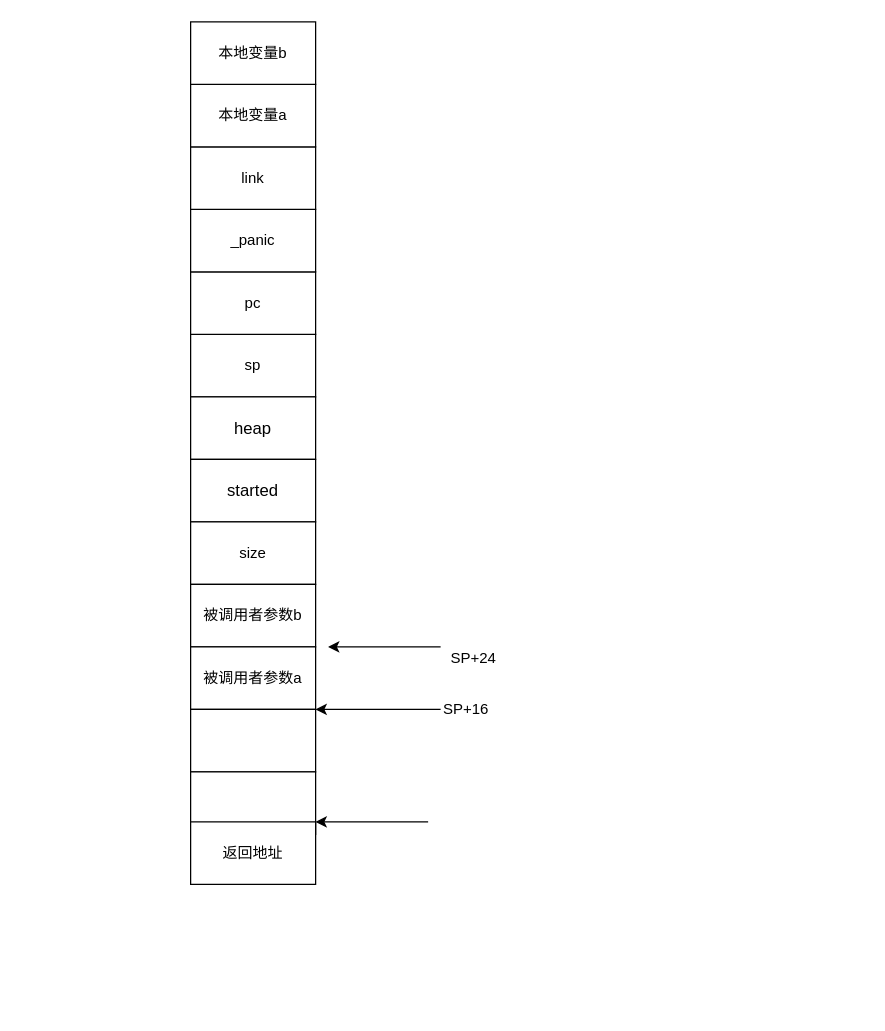
Above: page "defer栈上分布" (1 of 2) of dev-tool/go/source/image/defer2.drawio in 6z7/my-notebook (draw.io), before the change. Source tidied: cells renumbered, new cells numbered last; positions are measured from the earlier drawing's top-left corner, leaving out a move shared by most shapes. Both pictures are drawn from the tidied source at 125%, with x=0, y=0 at pixel (190, 21).
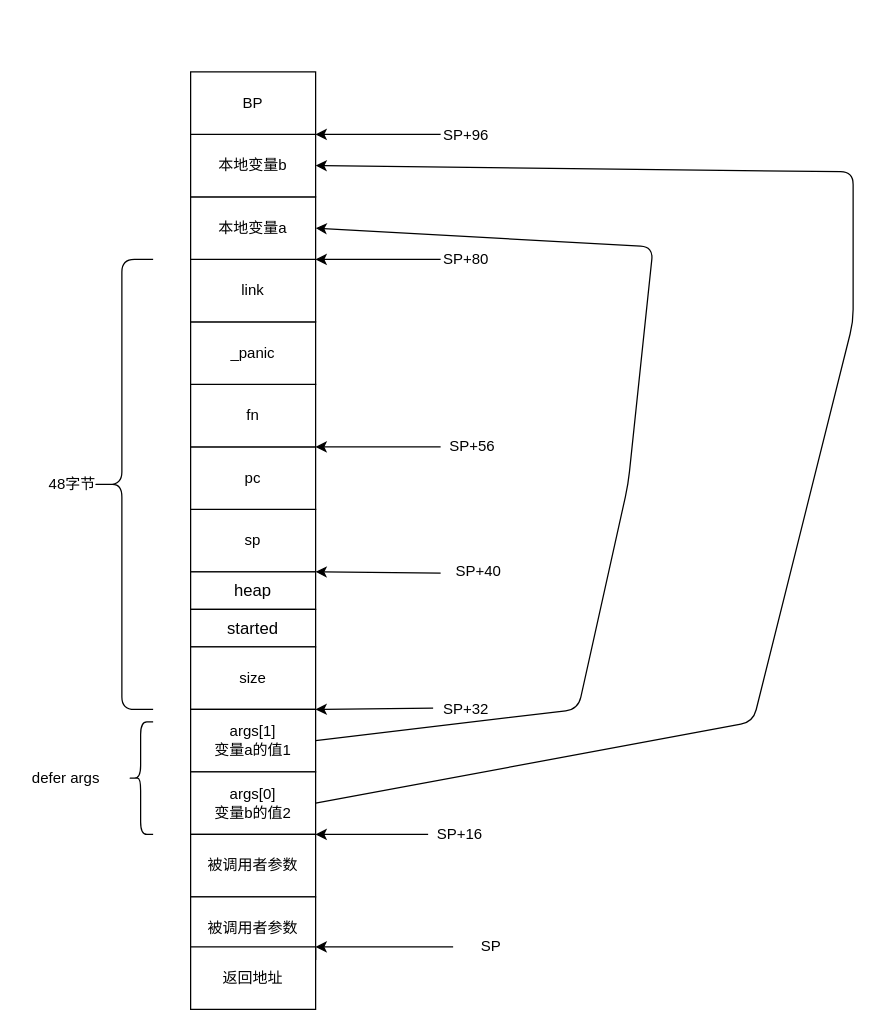
The same page after the edit.

What changed in the source:
```diff
@@
-    <mxCell id="2" style="edgeStyle=orthogonalEdgeStyle;rounded=0;jettySize=auto;html=1;" parent="1" edge="1" source="4" target="15">
-      <mxGeometry relative="1" as="geometry" />
-    </mxCell>
@@
     <mxCell id="4" value="sp" style="rounded=0;whiteSpace=wrap;html=1;" parent="1" vertex="1">
-      <mxGeometry y="250" width="100" height="50" as="geometry" />
+      <mxGeometry y="390" width="100" height="50" as="geometry" />
     </mxCell>
-    <mxCell id="5" style="edgeStyle=orthogonalEdgeStyle;rounded=0;jettySize=auto;html=1;" parent="1" edge="1" source="6" target="8">
-      <mxGeometry relative="1" as="geometry" />
-    </mxCell>
+    <mxCell id="34" style="edgeStyle=orthogonalEdgeStyle;rounded=0;jettySize=auto;html=1;" parent="1" edge="1" source="6" target="35">
+      <mxGeometry relative="1" as="geometry" />
+    </mxCell>
     <mxCell id="6" value="pc" style="rounded=0;whiteSpace=wrap;html=1;" parent="1" vertex="1">
-      <mxGeometry y="200" width="100" height="50" as="geometry" />
+      <mxGeometry y="340" width="100" height="50" as="geometry" />
     </mxCell>
+    <mxCell id="35" value="fn" style="rounded=0;whiteSpace=wrap;html=1;" parent="1" vertex="1">
+      <mxGeometry y="290" width="100" height="50" as="geometry" />
+    </mxCell>
@@
     <mxCell id="8" value="_panic" style="rounded=0;whiteSpace=wrap;html=1;" parent="1" vertex="1">
-      <mxGeometry y="150" width="100" height="50" as="geometry" />
+      <mxGeometry y="240" width="100" height="50" as="geometry" />
     </mxCell>
@@
     <mxCell id="10" value="link" style="rounded=0;whiteSpace=wrap;html=1;" parent="1" vertex="1">
-      <mxGeometry y="100" width="100" height="50" as="geometry" />
+      <mxGeometry y="190" width="100" height="50" as="geometry" />
     </mxCell>
-    <mxCell id="11" style="edgeStyle=orthogonalEdgeStyle;rounded=0;jettySize=auto;html=1;" parent="1" edge="1" source="12" target="13">
-      <mxGeometry relative="1" as="geometry" />
-    </mxCell>
     <mxCell id="12" value="本地变量a" style="rounded=0;whiteSpace=wrap;html=1;" parent="1" vertex="1">
-      <mxGeometry y="50" width="100" height="50" as="geometry" />
+      <mxGeometry y="140" width="100" height="50" as="geometry" />
     </mxCell>
+    <mxCell id="36" style="edgeStyle=orthogonalEdgeStyle;rounded=0;jettySize=auto;html=1;" parent="1" edge="1" source="13" target="37">
+      <mxGeometry relative="1" as="geometry" />
+    </mxCell>
     <mxCell id="13" value="本地变量b" style="rounded=0;whiteSpace=wrap;html=1;" parent="1" vertex="1">
-      <mxGeometry width="100" height="50" as="geometry" />
+      <mxGeometry y="90" width="100" height="50" as="geometry" />
     </mxCell>
+    <mxCell id="37" value="BP" style="rounded=0;whiteSpace=wrap;html=1;" parent="1" vertex="1">
+      <mxGeometry y="40" width="100" height="50" as="geometry" />
+    </mxCell>
@@
     <mxCell id="15" value="&lt;pre style=&quot;background-color: rgb(255 , 255 , 255) ; font-family: &amp;#34;jetbrains mono&amp;#34; ; font-size: 10pt&quot;&gt;heap&lt;/pre&gt;" style="rounded=0;whiteSpace=wrap;html=1;" parent="1" vertex="1">
-      <mxGeometry y="300" width="100" height="50" as="geometry" />
+      <mxGeometry y="440" width="100" height="30" as="geometry" />
     </mxCell>
@@
     <mxCell id="17" value="&lt;pre style=&quot;background-color: rgb(255 , 255 , 255) ; font-family: &amp;#34;jetbrains mono&amp;#34; ; font-size: 10pt&quot;&gt;started&lt;/pre&gt;" style="rounded=0;whiteSpace=wrap;html=1;" parent="1" vertex="1">
-      <mxGeometry y="350" width="100" height="50" as="geometry" />
+      <mxGeometry y="470" width="100" height="30" as="geometry" />
     </mxCell>
-    <mxCell id="18" style="edgeStyle=orthogonalEdgeStyle;rounded=0;jettySize=auto;html=1;" parent="1" edge="1" source="19" target="21">
-      <mxGeometry relative="1" as="geometry" />
-    </mxCell>
+    <mxCell id="38" style="edgeStyle=orthogonalEdgeStyle;rounded=0;jettySize=auto;html=1;" parent="1" edge="1" source="19" target="40">
+      <mxGeometry relative="1" as="geometry" />
+    </mxCell>
     <mxCell id="19" value="size" style="rounded=0;whiteSpace=wrap;html=1;" parent="1" vertex="1">
-      <mxGeometry y="400" width="100" height="50" as="geometry" />
+      <mxGeometry y="500" width="100" height="50" as="geometry" />
     </mxCell>
+    <mxCell id="39" style="edgeStyle=orthogonalEdgeStyle;rounded=0;jettySize=auto;html=1;" parent="1" edge="1" source="40" target="41">
+      <mxGeometry relative="1" as="geometry" />
+    </mxCell>
+    <mxCell id="40" value="args[1]&lt;br&gt;变量a的值1" style="rounded=0;whiteSpace=wrap;html=1;" parent="1" vertex="1">
+      <mxGeometry y="550" width="100" height="50" as="geometry" />
+    </mxCell>
+    <mxCell id="41" value="args[0]&lt;br&gt;变量b的值2" style="rounded=0;whiteSpace=wrap;html=1;" parent="1" vertex="1">
+      <mxGeometry y="600" width="100" height="50" as="geometry" />
+    </mxCell>
-    <mxCell id="20" style="edgeStyle=orthogonalEdgeStyle;rounded=0;jettySize=auto;html=1;" parent="1" edge="1" source="21" target="23">
-      <mxGeometry relative="1" as="geometry" />
+    <mxCell id="20" style="edgeStyle=orthogonalEdgeStyle;rounded=0;orthogonalLoop=1;jettySize=auto;html=1;" parent="1" edge="1">
+      <mxGeometry relative="1" as="geometry">
+        <mxPoint x="50" y="500" as="sourcePoint" />
+        <mxPoint x="50" y="500" as="targetPoint" />
+      </mxGeometry>
     </mxCell>
-    <mxCell id="21" value="被调用者参数b" style="rounded=0;whiteSpace=wrap;html=1;" parent="1" vertex="1">
-      <mxGeometry y="450" width="100" height="50" as="geometry" />
-    </mxCell>
-    <mxCell id="22" style="edgeStyle=orthogonalEdgeStyle;rounded=0;jettySize=auto;html=1;" parent="1" edge="1" source="23" target="25">
-      <mxGeometry relative="1" as="geometry" />
-    </mxCell>
-    <mxCell id="23" value="被调用者参数a" style="rounded=0;whiteSpace=wrap;html=1;" parent="1" vertex="1">
-      <mxGeometry y="500" width="100" height="50" as="geometry" />
-    </mxCell>
@@
-    <mxCell id="25" style="rounded=0;whiteSpace=wrap;html=1;" parent="1" vertex="1">
-      <mxGeometry y="550" width="100" height="50" as="geometry" />
+    <mxCell id="25" value="被调用者参数" style="rounded=0;whiteSpace=wrap;html=1;" parent="1" vertex="1">
+      <mxGeometry y="650" width="100" height="50" as="geometry" />
     </mxCell>
@@
-    <mxCell id="27" style="rounded=0;whiteSpace=wrap;html=1;" parent="1" vertex="1">
-      <mxGeometry y="600" width="100" height="50" as="geometry" />
+    <mxCell id="27" value="被调用者参数" style="rounded=0;whiteSpace=wrap;html=1;" parent="1" vertex="1">
+      <mxGeometry y="700" width="100" height="50" as="geometry" />
     </mxCell>
     <mxCell id="28" value="&lt;span&gt;返回地址&lt;/span&gt;" style="rounded=0;whiteSpace=wrap;html=1;" parent="1" vertex="1">
-      <mxGeometry y="640" width="100" height="50" as="geometry" />
+      <mxGeometry y="740" width="100" height="50" as="geometry" />
     </mxCell>
     <mxCell id="29" style="endArrow=classic;html=1;entryX=1;entryY=0;entryDx=0;entryDy=0;" parent="1" edge="1" target="28">
       <mxGeometry relative="1" as="geometry">
-        <mxPoint x="190" y="640" as="sourcePoint" />
+        <mxPoint x="210" y="740" as="sourcePoint" />
       </mxGeometry>
     </mxCell>
-    <mxCell id="30" style="endArrow=classic;html=1;entryX=1;entryY=0;entryDx=0;entryDy=0;" parent="1" edge="1" target="25">
-      <mxGeometry relative="1" as="geometry">
-        <mxPoint x="200" y="550" as="sourcePoint" />
-      </mxGeometry>
+    <mxCell id="30" style="endArrow=classic;html=1;entryX=1;entryY=0;entryDx=0;entryDy=0;exitX=-0.02;exitY=0.45;exitDx=0;exitDy=0;exitPerimeter=0;" parent="1" edge="1" source="31" target="40">
+      <mxGeometry relative="1" as="geometry" />
     </mxCell>
-    <mxCell id="31" value="SP+16" style="text;html=1;align=center;verticalAlign=middle;points=[];" parent="1" vertex="1">
+    <mxCell id="31" value="SP+32" style="text;html=1;align=center;verticalAlign=middle;points=[];" parent="1" vertex="1">
       <mxGeometry x="195" y="540" width="50" height="20" as="geometry" />
     </mxCell>
-    <mxCell id="32" style="endArrow=classic;html=1;" parent="1" edge="1">
+    <mxCell id="32" style="endArrow=classic;html=1;entryX=1;entryY=0;entryDx=0;entryDy=0;" parent="1" edge="1" target="15">
       <mxGeometry relative="1" as="geometry">
-        <mxPoint x="200" y="500" as="sourcePoint" />
-        <mxPoint x="110" y="500" as="targetPoint" />
+        <mxPoint x="200" y="441" as="sourcePoint" />
       </mxGeometry>
     </mxCell>
-    <mxCell id="33" value="SP+24" style="text;html=1;align=center;verticalAlign=middle;" parent="1" vertex="1">
-      <mxGeometry x="201" y="499" width="50" height="20" as="geometry" />
+    <mxCell id="33" value="SP+40" style="text;html=1;align=center;verticalAlign=middle;" parent="1" vertex="1">
+      <mxGeometry x="205" y="430" width="50" height="20" as="geometry" />
     </mxCell>
+    <mxCell id="42" value="SP" style="text;html=1;align=center;verticalAlign=middle;" parent="1" vertex="1">
+      <mxGeometry x="225" y="730" width="30" height="20" as="geometry" />
+    </mxCell>
+    <mxCell id="43" style="endArrow=classic;html=1;entryX=1;entryY=0;entryDx=0;entryDy=0;" parent="1" edge="1" target="25">
+      <mxGeometry relative="1" as="geometry">
+        <mxPoint x="190" y="650" as="sourcePoint" />
+      </mxGeometry>
+    </mxCell>
+    <mxCell id="44" value="SP+16" style="text;html=1;align=center;verticalAlign=middle;" parent="1" vertex="1">
+      <mxGeometry x="190" y="640" width="50" height="20" as="geometry" />
+    </mxCell>
+    <mxCell id="45" style="endArrow=classic;html=1;entryX=1;entryY=1;entryDx=0;entryDy=0;" parent="1" edge="1" target="35">
+      <mxGeometry relative="1" as="geometry">
+        <mxPoint x="200" y="340" as="sourcePoint" />
+      </mxGeometry>
+    </mxCell>
+    <mxCell id="46" value="SP+56" style="text;html=1;align=center;verticalAlign=middle;" parent="1" vertex="1">
+      <mxGeometry x="200" y="330" width="50" height="20" as="geometry" />
+    </mxCell>
+    <mxCell id="47" style="endArrow=classic;html=1;entryX=1;entryY=0;entryDx=0;entryDy=0;" parent="1" edge="1" target="10">
+      <mxGeometry relative="1" as="geometry">
+        <mxPoint x="200" y="190" as="sourcePoint" />
+      </mxGeometry>
+    </mxCell>
+    <mxCell id="48" value="SP+80" style="text;html=1;align=center;verticalAlign=middle;" parent="1" vertex="1">
+      <mxGeometry x="195" y="180" width="50" height="20" as="geometry" />
+    </mxCell>
+    <mxCell id="49" style="shape=curlyBracket;whiteSpace=wrap;html=1;rounded=1;" parent="1" vertex="1">
+      <mxGeometry x="-80" y="190" width="50" height="360" as="geometry" />
+    </mxCell>
+    <mxCell id="50" value="48字节" style="text;html=1;align=center;verticalAlign=middle;" parent="1" vertex="1">
+      <mxGeometry x="-120" y="360" width="50" height="20" as="geometry" />
+    </mxCell>
+    <mxCell id="51" style="endArrow=classic;html=1;entryX=1;entryY=1;entryDx=0;entryDy=0;" parent="1" edge="1" target="37">
+      <mxGeometry relative="1" as="geometry">
+        <mxPoint x="200" y="90" as="sourcePoint" />
+      </mxGeometry>
+    </mxCell>
+    <mxCell id="52" value="SP+96" style="text;html=1;align=center;verticalAlign=middle;" parent="1" vertex="1">
+      <mxGeometry x="195" y="81" width="50" height="20" as="geometry" />
+    </mxCell>
+    <mxCell id="53" style="shape=curlyBracket;whiteSpace=wrap;html=1;rounded=1;" parent="1" vertex="1">
+      <mxGeometry x="-50" y="560" width="20" height="90" as="geometry" />
+    </mxCell>
+    <mxCell id="54" value="defer args" style="text;html=1;align=center;verticalAlign=middle;" parent="1" vertex="1">
+      <mxGeometry x="-135" y="595" width="70" height="20" as="geometry" />
+    </mxCell>
+    <mxCell id="55" style="endArrow=classic;html=1;exitX=1;exitY=0.5;exitDx=0;exitDy=0;entryX=1;entryY=0.5;entryDx=0;entryDy=0;" parent="1" edge="1" source="41" target="13">
+      <mxGeometry relative="1" as="geometry">
+        <Array as="points">
+          <mxPoint x="450" y="560" />
+          <mxPoint x="530" y="240" />
+          <mxPoint x="530" y="120" />
+        </Array>
+      </mxGeometry>
+    </mxCell>
+    <mxCell id="56" style="endArrow=classic;html=1;exitX=1;exitY=0.5;exitDx=0;exitDy=0;entryX=1;entryY=0.5;entryDx=0;entryDy=0;" parent="1" edge="1" source="40" target="12">
+      <mxGeometry relative="1" as="geometry">
+        <Array as="points">
+          <mxPoint x="310" y="550" />
+          <mxPoint x="350" y="370" />
+          <mxPoint x="370" y="180" />
+        </Array>
+      </mxGeometry>
+    </mxCell>
```
